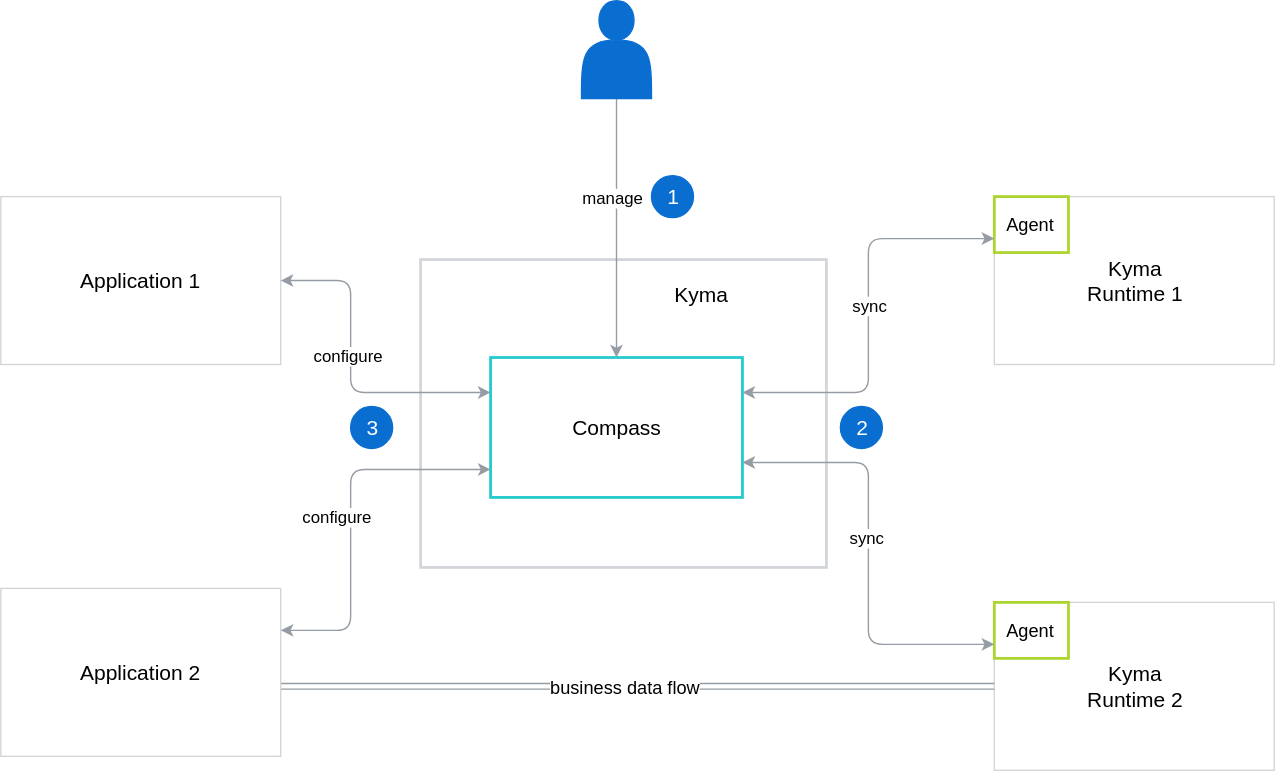
Above: docs/compass/assets/architecture.svg in kyma-project/kyma (draw.io), before the change. Source tidied: cells renumbered, new cells last; positions are measured from the earlier drawing's top-left corner, leaving out a move shared by most shapes.
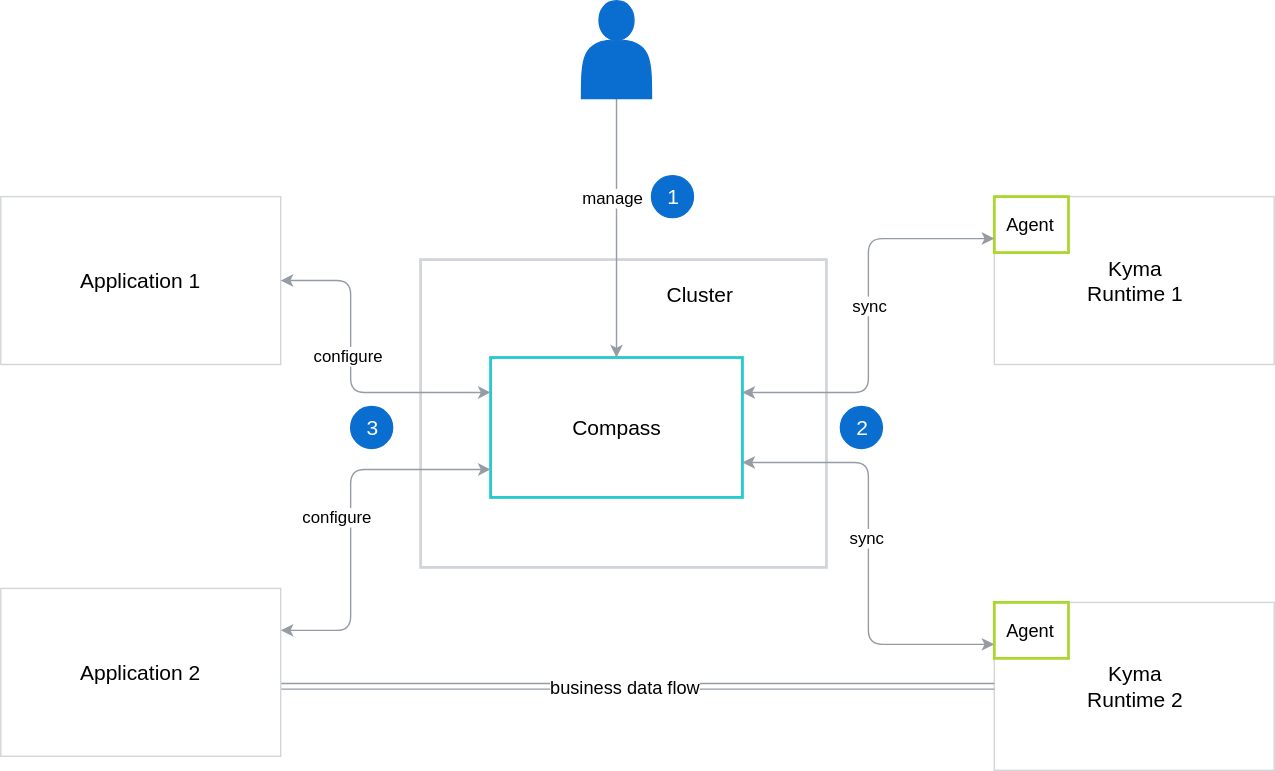
Above is the later version.

The edit, as a diff of the source:
```diff
@@ -85,7 +85,7 @@
     <mxCell id="22" value="sync" style="text;html=1;align=center;verticalAlign=middle;labelBackgroundColor=#ffffff;" parent="21" vertex="1">
       <mxGeometry x="-0.08" y="-1" relative="1" as="geometry" />
     </mxCell>
-    <mxCell id="23" value="&lt;font style=&quot;font-size: 15px&quot;&gt;Kyma&lt;/font&gt;" style="text;html=1;strokeColor=none;fillColor=none;align=center;verticalAlign=middle;whiteSpace=wrap;rounded=0;" parent="1" vertex="1">
+    <mxCell id="23" value="&lt;font style=&quot;font-size: 15px&quot;&gt;Cluster&lt;/font&gt;" style="text;html=1;strokeColor=none;fillColor=none;align=center;verticalAlign=middle;whiteSpace=wrap;rounded=0;" parent="1" vertex="1">
       <mxGeometry x="450" y="195" width="100" height="30" as="geometry" />
     </mxCell>
     <mxCell id="24" value="&lt;font color=&quot;#ffffff&quot; style=&quot;font-size: 15px&quot;&gt;1&lt;/font&gt;" style="ellipse;whiteSpace=wrap;html=1;fillColor=#0A6ED1;strokeColor=#0A6ED1;" parent="1" vertex="1">
```
